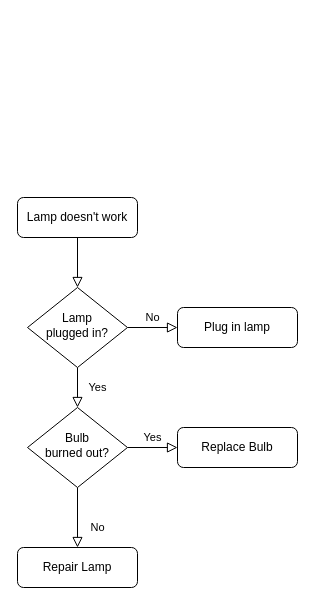
This is DDF Ventas FONASA.drawio from Migracion-MCC/docu-backend-ventas, a draw.io file, before an edit. Source tidied: cells renumbered, new cells numbered last; positions are measured from the earlier drawing's top-left corner, leaving out a move shared by most shapes. Both pictures are drawn from the tidied source at 100%, with x=0, y=0 at pixel (17, 197).
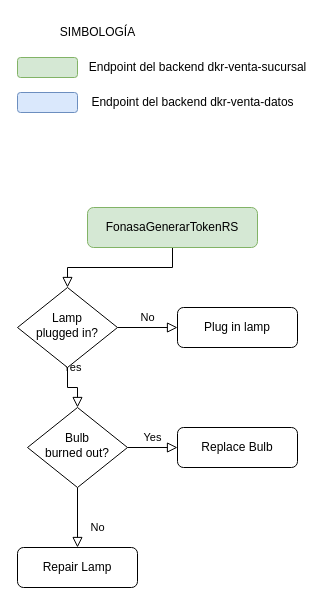
After the change.

Commit message:
Actualizar DDF Ventas FONASA

The edit, as a diff of the source:
```diff
@@
 <mxGraphModel>
   <root>
     <mxCell id="0" />
     <mxCell id="1" parent="0" />
-    <mxCell id="2" style="rounded=0;html=1;jettySize=auto;fontSize=11;endArrow=block;endFill=0;endSize=8;strokeWidth=1;shadow=0;labelBackgroundColor=none;edgeStyle=orthogonalEdgeStyle;" parent="1" edge="1" source="3" target="6">
-      <mxGeometry relative="1" as="geometry" />
-    </mxCell>
-    <mxCell id="3" value="Lamp doesn't work" style="rounded=1;whiteSpace=wrap;html=1;fontSize=12;glass=0;strokeWidth=1;shadow=0;" parent="1" vertex="1">
-      <mxGeometry width="120" height="40" as="geometry" />
-    </mxCell>
+    <mxCell id="13" style="rounded=0;html=1;jettySize=auto;fontSize=11;endArrow=block;endFill=0;endSize=8;strokeWidth=1;shadow=0;labelBackgroundColor=none;edgeStyle=orthogonalEdgeStyle;" parent="1" edge="1" source="14" target="6">
+      <mxGeometry relative="1" as="geometry" />
+    </mxCell>
+    <mxCell id="14" value="&lt;div&gt;&lt;span style=&quot;background-color: initial;&quot;&gt;FonasaGenerarTokenRS&lt;/span&gt;&lt;/div&gt;" style="rounded=1;whiteSpace=wrap;html=1;fontSize=12;glass=0;strokeWidth=1;shadow=0;fillColor=#d5e8d4;strokeColor=#82b366;" parent="1" vertex="1">
+      <mxGeometry x="70" y="10" width="170" height="40" as="geometry" />
+    </mxCell>
     <mxCell id="4" value="Yes" style="rounded=0;html=1;jettySize=auto;fontSize=11;endArrow=block;endFill=0;endSize=8;strokeWidth=1;shadow=0;labelBackgroundColor=none;edgeStyle=orthogonalEdgeStyle;" parent="1" edge="1" source="6" target="10">
       <mxGeometry y="20" relative="1" as="geometry" />
     </mxCell>
     <mxCell id="5" value="No" style="edgeStyle=orthogonalEdgeStyle;rounded=0;html=1;jettySize=auto;fontSize=11;endArrow=block;endFill=0;endSize=8;strokeWidth=1;shadow=0;labelBackgroundColor=none;" parent="1" edge="1" source="6" target="7">
       <mxGeometry y="10" relative="1" as="geometry" />
     </mxCell>
     <mxCell id="6" value="Lamp&lt;br&gt;plugged in?" style="rhombus;whiteSpace=wrap;html=1;shadow=0;fontFamily=Helvetica;fontSize=12;align=center;strokeWidth=1;spacing=6;spacingTop=-4;" parent="1" vertex="1">
-      <mxGeometry x="10" y="90" width="100" height="80" as="geometry" />
+      <mxGeometry y="90" width="100" height="80" as="geometry" />
     </mxCell>
     <mxCell id="7" value="Plug in lamp" style="rounded=1;whiteSpace=wrap;html=1;fontSize=12;glass=0;strokeWidth=1;shadow=0;" parent="1" vertex="1">
       <mxGeometry x="160" y="110" width="120" height="40" as="geometry" />
     </mxCell>
     <mxCell id="8" value="No" style="rounded=0;html=1;jettySize=auto;fontSize=11;endArrow=block;endFill=0;endSize=8;strokeWidth=1;shadow=0;labelBackgroundColor=none;edgeStyle=orthogonalEdgeStyle;" parent="1" edge="1" source="10" target="11">
       <mxGeometry x="0.33" y="20" relative="1" as="geometry" />
     </mxCell>
     <mxCell id="9" value="Yes" style="edgeStyle=orthogonalEdgeStyle;rounded=0;html=1;jettySize=auto;fontSize=11;endArrow=block;endFill=0;endSize=8;strokeWidth=1;shadow=0;labelBackgroundColor=none;" parent="1" edge="1" source="10" target="12">
       <mxGeometry y="10" relative="1" as="geometry" />
     </mxCell>
     <mxCell id="10" value="Bulb&lt;br&gt;burned out?" style="rhombus;whiteSpace=wrap;html=1;shadow=0;fontFamily=Helvetica;fontSize=12;align=center;strokeWidth=1;spacing=6;spacingTop=-4;" parent="1" vertex="1">
       <mxGeometry x="10" y="210" width="100" height="80" as="geometry" />
     </mxCell>
     <mxCell id="11" value="Repair Lamp" style="rounded=1;whiteSpace=wrap;html=1;fontSize=12;glass=0;strokeWidth=1;shadow=0;" parent="1" vertex="1">
       <mxGeometry y="350" width="120" height="40" as="geometry" />
     </mxCell>
     <mxCell id="12" value="Replace Bulb" style="rounded=1;whiteSpace=wrap;html=1;fontSize=12;glass=0;strokeWidth=1;shadow=0;" parent="1" vertex="1">
       <mxGeometry x="160" y="230" width="120" height="40" as="geometry" />
     </mxCell>
+    <mxCell id="15" style="rounded=1;whiteSpace=wrap;html=1;fillColor=#d5e8d4;strokeColor=#82b366;" parent="1" vertex="1">
+      <mxGeometry y="-140" width="60" height="20" as="geometry" />
+    </mxCell>
+    <mxCell id="16" style="rounded=1;whiteSpace=wrap;html=1;fillColor=#dae8fc;strokeColor=#6c8ebf;" parent="1" vertex="1">
+      <mxGeometry y="-105" width="60" height="20" as="geometry" />
+    </mxCell>
+    <mxCell id="17" value="SIMBOLOGÍA" style="text;html=1;align=center;verticalAlign=middle;strokeColor=none;fillColor=none;" parent="1" vertex="1">
+      <mxGeometry x="30" y="-180" width="100" height="30" as="geometry" />
+    </mxCell>
+    <mxCell id="18" value="Endpoint del backend dkr-&lt;span style=&quot;background-color: initial;&quot;&gt;venta-sucursal&lt;/span&gt;" style="text;html=1;align=center;verticalAlign=middle;strokeColor=none;fillColor=none;" parent="1" vertex="1">
+      <mxGeometry x="60" y="-145" width="240" height="30" as="geometry" />
+    </mxCell>
+    <mxCell id="19" value="Endpoint del backend dkr-venta-datos" style="text;html=1;align=center;verticalAlign=middle;strokeColor=none;fillColor=none;" parent="1" vertex="1">
+      <mxGeometry x="60" y="-110" width="230" height="30" as="geometry" />
+    </mxCell>
   </root>
 </mxGraphModel>
```
